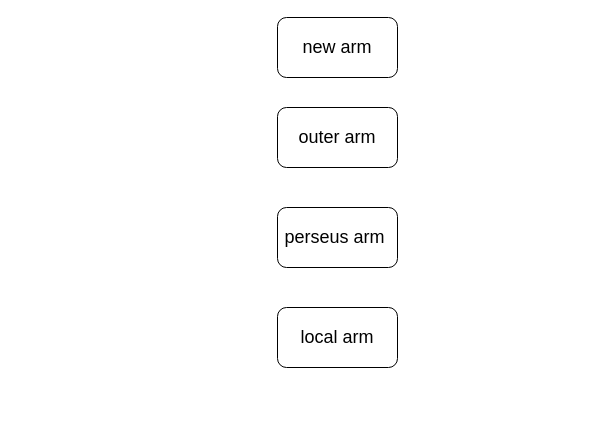
luoluo19550418/drawio keeps this draw.io diagram as arm.drawio. Above is the earlier version. Source tidied: cells renumbered, new cells numbered last; positions are measured from the earlier drawing's top-left corner, leaving out a move shared by most shapes. Both pictures are drawn from the tidied source at 100%, with x=0, y=0 at pixel (277, 17).
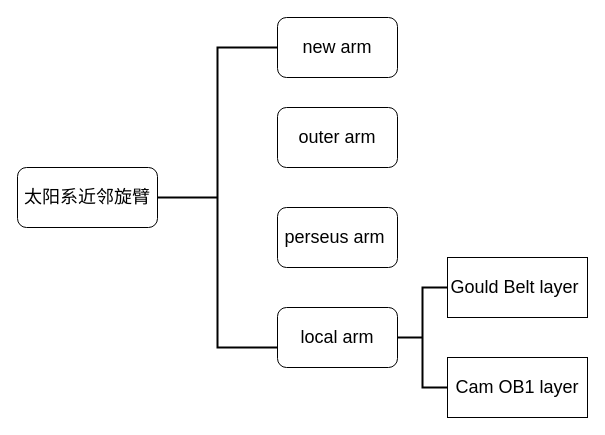
The same page after the edit.

Change to the diagram source:
```diff
@@
 <mxGraphModel>
   <root>
     <mxCell id="0" />
     <mxCell id="1" parent="0" />
     <mxCell id="2" value="&lt;font style=&quot;font-size: 18px&quot;&gt;local arm&lt;/font&gt;" style="rounded=1;whiteSpace=wrap;html=1;" parent="1" vertex="1">
       <mxGeometry y="290" width="120" height="60" as="geometry" />
     </mxCell>
     <mxCell id="3" value="&lt;font style=&quot;font-size: 18px&quot;&gt;perseus arm&amp;nbsp;&lt;/font&gt;" style="rounded=1;whiteSpace=wrap;html=1;" parent="1" vertex="1">
       <mxGeometry y="190" width="120" height="60" as="geometry" />
     </mxCell>
     <mxCell id="4" value="&lt;font style=&quot;font-size: 18px&quot;&gt;outer arm&lt;/font&gt;" style="rounded=1;whiteSpace=wrap;html=1;" parent="1" vertex="1">
       <mxGeometry y="90" width="120" height="60" as="geometry" />
     </mxCell>
     <mxCell id="5" value="&lt;font style=&quot;font-size: 18px&quot;&gt;new arm&lt;/font&gt;" style="rounded=1;whiteSpace=wrap;html=1;" parent="1" vertex="1">
       <mxGeometry width="120" height="60" as="geometry" />
     </mxCell>
+    <mxCell id="6" style="strokeWidth=2;html=1;shape=mxgraph.flowchart.annotation_2;align=left;labelPosition=right;" parent="1" vertex="1">
+      <mxGeometry x="120" y="270" width="50" height="100" as="geometry" />
+    </mxCell>
+    <mxCell id="7" value="&lt;font style=&quot;font-size: 18px&quot;&gt;Gould Belt layer&amp;nbsp;&lt;/font&gt;" style="rounded=0;whiteSpace=wrap;html=1;" parent="1" vertex="1">
+      <mxGeometry x="170" y="240" width="140" height="60" as="geometry" />
+    </mxCell>
+    <mxCell id="8" value="&lt;font style=&quot;font-size: 18px&quot;&gt;Cam OB1 layer&lt;/font&gt;" style="rounded=0;whiteSpace=wrap;html=1;" parent="1" vertex="1">
+      <mxGeometry x="170" y="340" width="140" height="60" as="geometry" />
+    </mxCell>
+    <mxCell id="9" style="strokeWidth=2;html=1;shape=mxgraph.flowchart.annotation_2;align=left;labelPosition=right;" parent="1" vertex="1">
+      <mxGeometry x="-120" y="30" width="120" height="300" as="geometry" />
+    </mxCell>
+    <mxCell id="10" value="&lt;font style=&quot;font-size: 18px&quot;&gt;太阳系近邻旋臂&lt;/font&gt;" style="rounded=1;whiteSpace=wrap;html=1;" parent="1" vertex="1">
+      <mxGeometry x="-260" y="150" width="140" height="60" as="geometry" />
+    </mxCell>
   </root>
 </mxGraphModel>
```
